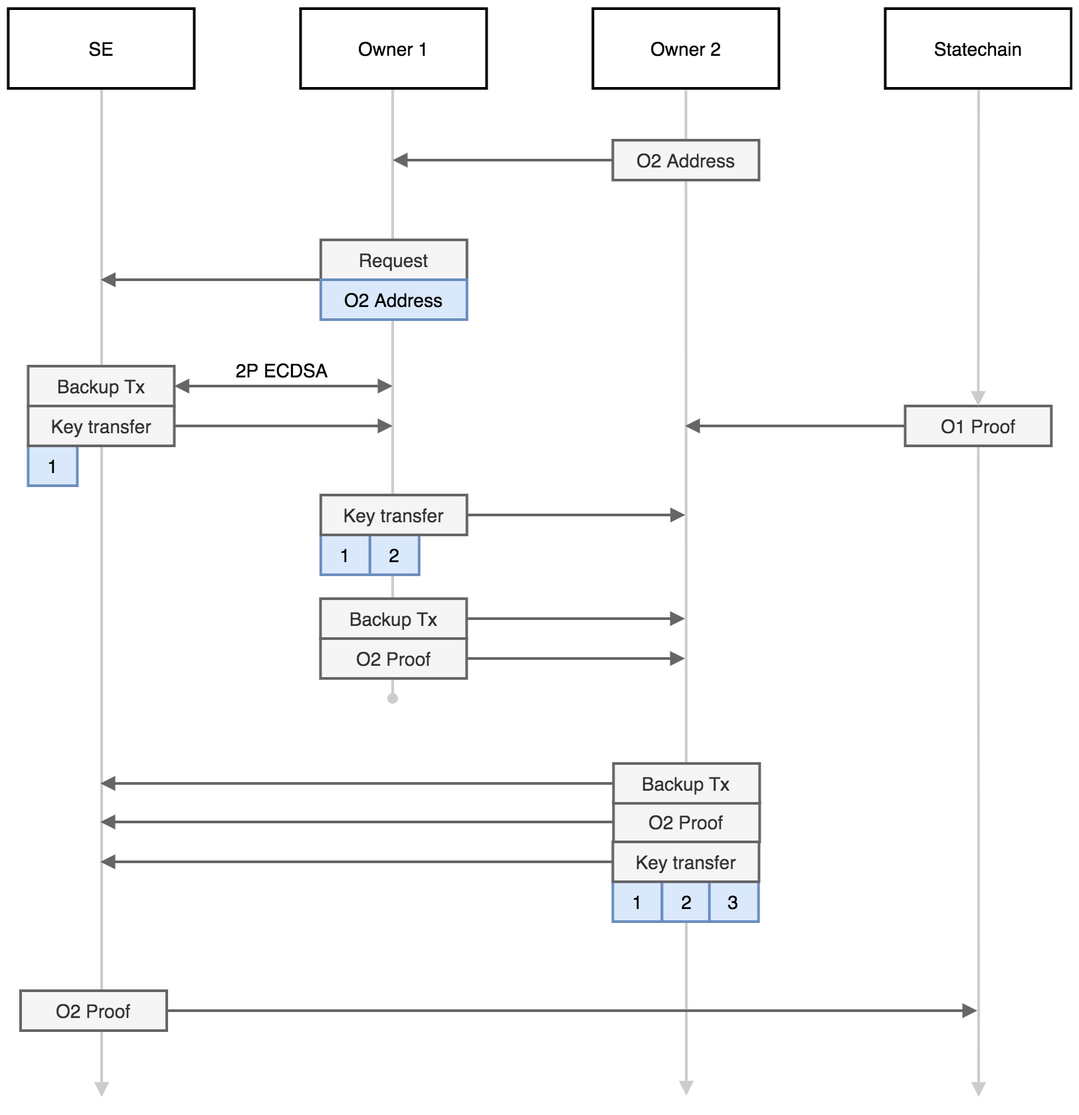
Above: doc/images/fig6.png in commerceblock/mercury (draw.io), before the change. Source tidied: cells renumbered, new cells last; positions are measured from the earlier drawing's top-left corner, leaving out a move shared by most shapes.
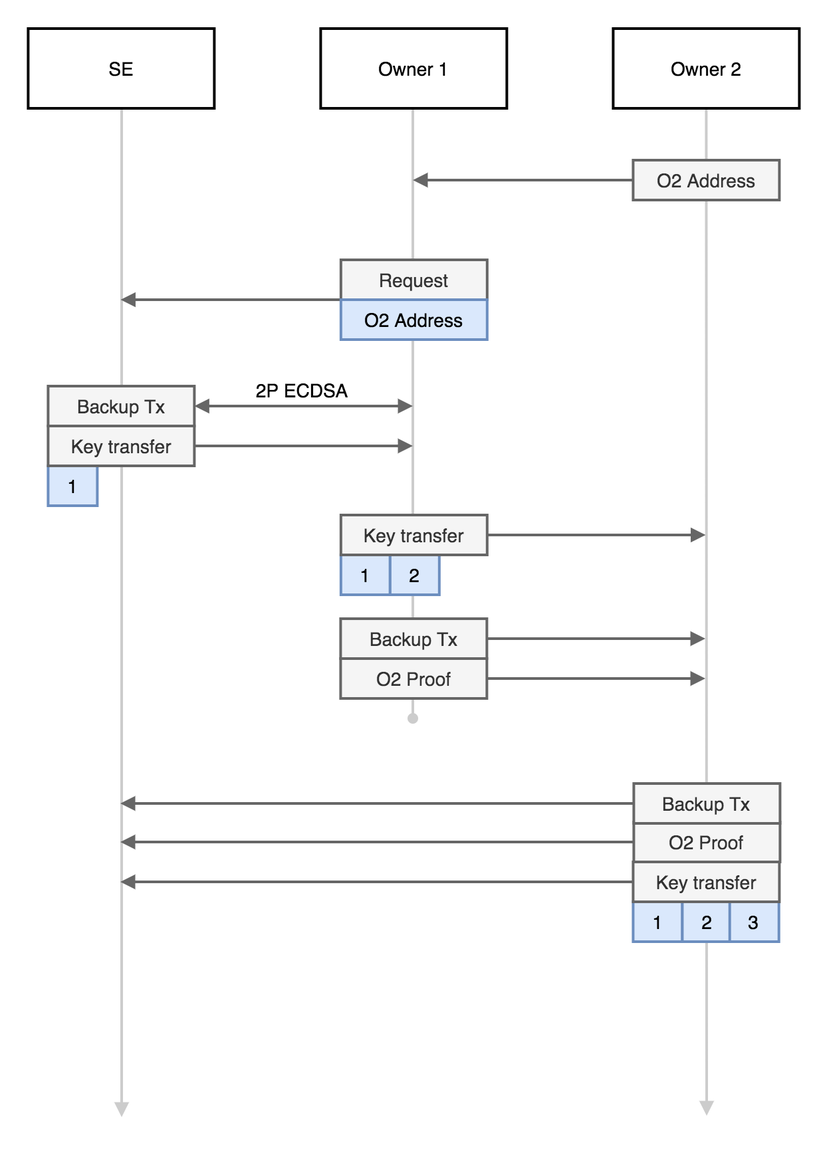
Later version of the same file.

The edit, as a diff of the source:
```diff
@@ -25,11 +25,6 @@
     <mxCell id="6" value="SE" style="rounded=0;whiteSpace=wrap;html=1;strokeWidth=2;fontSize=14;" parent="1" vertex="1">
       <mxGeometry x="-0.3" width="140" height="60" as="geometry" />
     </mxCell>
-    <mxCell id="7" style="endArrow=block;html=1;fontSize=14;strokeWidth=2;strokeColor=#CCCCCC;endFill=1;" parent="1" edge="1" source="39">
-      <mxGeometry relative="1" as="geometry">
-        <mxPoint x="730" y="819" as="targetPoint" />
-      </mxGeometry>
-    </mxCell>
     <mxCell id="8" style="edgeStyle=orthogonalEdgeStyle;rounded=0;jettySize=auto;html=1;endArrow=block;endFill=1;strokeWidth=2;fontColor=#666666;fillColor=#f5f5f5;strokeColor=#666666;" parent="1" edge="1" source="9">
       <mxGeometry relative="1" as="geometry">
         <mxPoint x="289" y="114" as="targetPoint" />
@@ -135,30 +130,6 @@
     <mxCell id="35" value="Backup Tx" style="rounded=0;whiteSpace=wrap;html=1;strokeWidth=2;fontSize=14;fillColor=#f5f5f5;strokeColor=#666666;fontColor=#333333;" parent="1" vertex="1">
       <mxGeometry x="455.2" y="568" width="110" height="30" as="geometry" />
     </mxCell>
-    <mxCell id="36" style="edgeStyle=orthogonalEdgeStyle;rounded=0;jettySize=auto;html=1;startArrow=none;startFill=0;endArrow=block;endFill=1;strokeWidth=2;fontColor=#666666;fillColor=#f5f5f5;strokeColor=#666666;" parent="1" edge="1" source="37">
-      <mxGeometry relative="1" as="geometry">
-        <mxPoint x="729" y="754" as="targetPoint" />
-      </mxGeometry>
-    </mxCell>
-    <mxCell id="37" value="O2 Proof" style="rounded=0;whiteSpace=wrap;html=1;strokeWidth=2;fontSize=14;fillColor=#f5f5f5;strokeColor=#666666;fontColor=#333333;" parent="1" vertex="1">
-      <mxGeometry x="9" y="739" width="110" height="30" as="geometry" />
-    </mxCell>
-    <mxCell id="38" style="edgeStyle=orthogonalEdgeStyle;rounded=0;jettySize=auto;html=1;startArrow=none;startFill=0;endArrow=block;endFill=1;strokeWidth=2;fontColor=#666666;fillColor=#f5f5f5;strokeColor=#666666;" parent="1" edge="1" source="39">
-      <mxGeometry relative="1" as="geometry">
-        <mxPoint x="509" y="314" as="targetPoint" />
-      </mxGeometry>
-    </mxCell>
-    <mxCell id="39" value="O1 Proof" style="rounded=0;whiteSpace=wrap;html=1;strokeWidth=2;fontSize=14;fillColor=#f5f5f5;strokeColor=#666666;fontColor=#333333;" parent="1" vertex="1">
-      <mxGeometry x="674.7" y="299" width="110" height="30" as="geometry" />
-    </mxCell>
-    <mxCell id="40" style="endArrow=block;html=1;fontSize=14;strokeWidth=2;strokeColor=#CCCCCC;endFill=1;" parent="1" edge="1" target="39">
-      <mxGeometry relative="1" as="geometry">
-        <mxPoint x="730" y="59" as="sourcePoint" />
-      </mxGeometry>
-    </mxCell>
-    <mxCell id="41" value="Statechain" style="rounded=0;whiteSpace=wrap;html=1;strokeWidth=2;fontSize=14;" parent="1" vertex="1">
-      <mxGeometry x="659.7" width="140" height="60" as="geometry" />
-    </mxCell>
     <mxCell id="42" value="2P ECDSA" style="text;html=1;strokeColor=none;fillColor=none;align=center;verticalAlign=middle;whiteSpace=wrap;rounded=0;dashed=1;fontSize=14;" parent="1" vertex="1">
       <mxGeometry x="161" y="262" width="90" height="20" as="geometry" />
     </mxCell>
```
